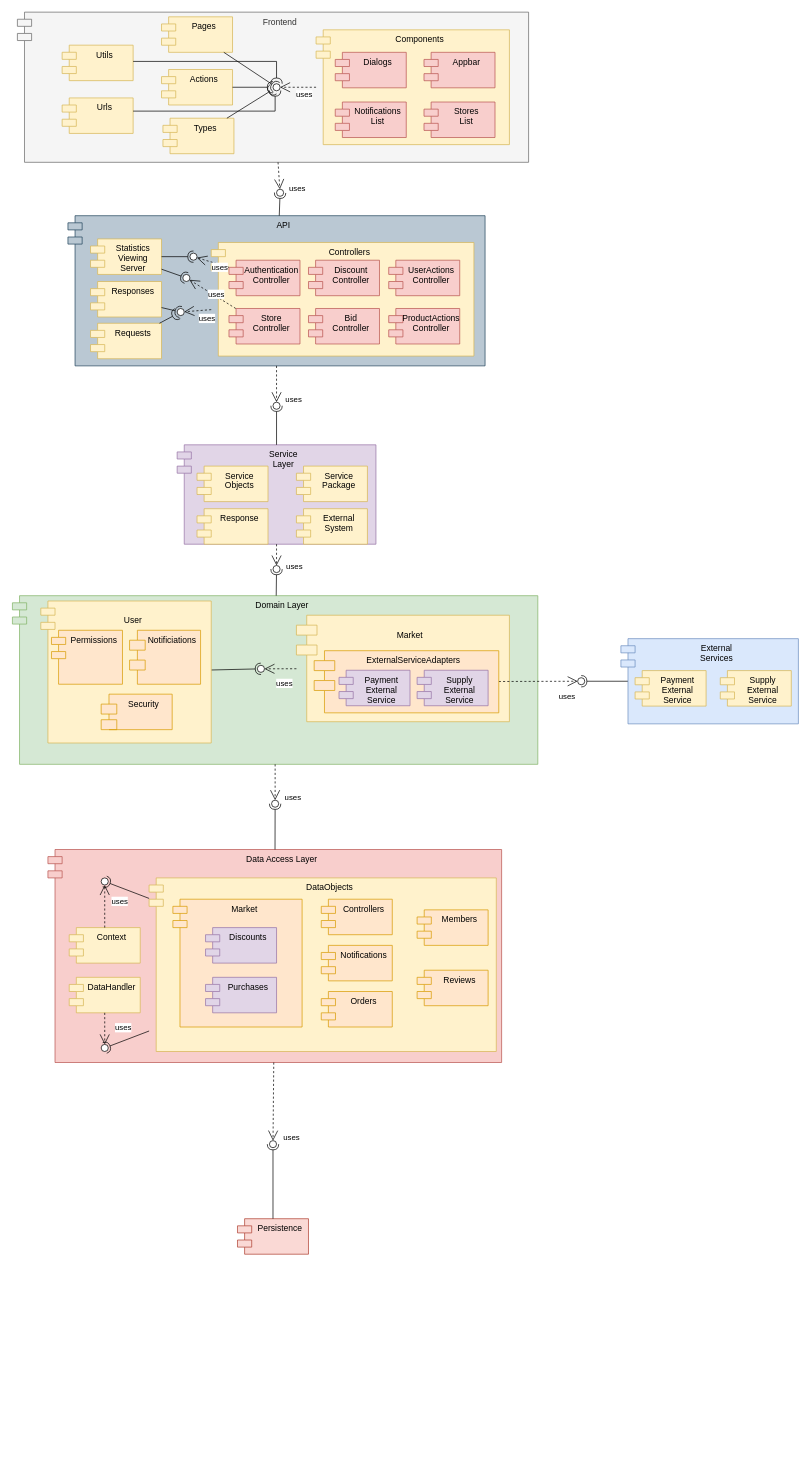
Before: page "Component Diagram" (2 of 3) of Workshop.drawio in itaitzruia4/Workshop, a draw.io diagram. Source tidied: cells renumbered, new cells numbered last; positions are measured from the earlier drawing's top-left corner, leaving out a move shared by most shapes. Both pictures are drawn from the tidied source at 71%, with x=0, y=0 at pixel (12, 12).
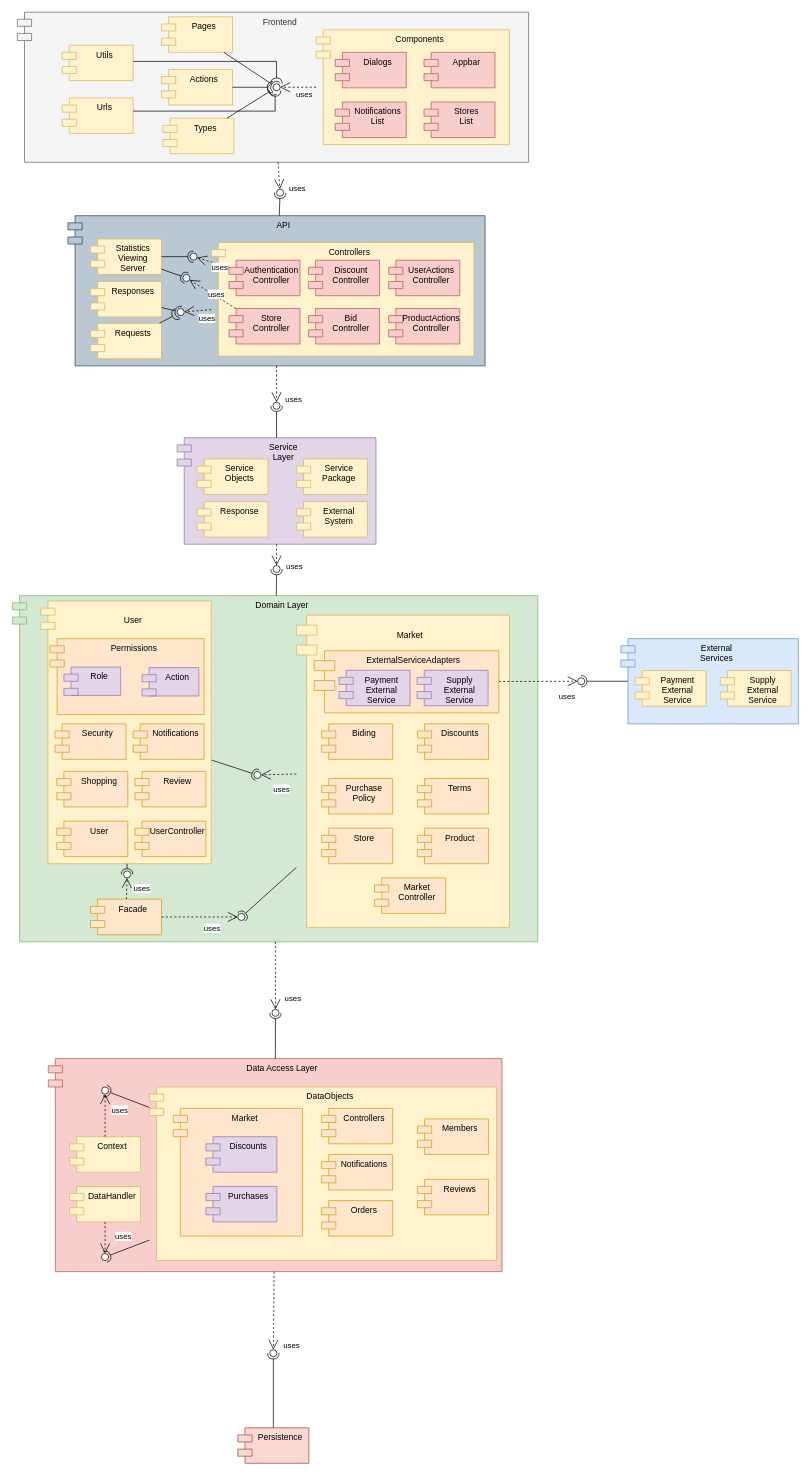
The same diagram, later.

Commit message:
Updated domain component diagram

Diff of the diagram source:
```diff
@@
     <mxCell id="2" value="Domain Layer" style="shape=module;align=left;spacingLeft=20;align=center;verticalAlign=top;fillColor=#d5e8d4;strokeColor=#82b366;" parent="1" vertex="1">
-      <mxGeometry y="821.5" width="740" height="237.5" as="geometry" />
+      <mxGeometry y="821.5" width="740" height="487.5" as="geometry" />
     </mxCell>
     <mxCell id="3" value="Data Access Layer" style="shape=module;align=left;spacingLeft=20;align=center;verticalAlign=top;fillColor=#f8cecc;strokeColor=#b85450;" parent="1" vertex="1">
-      <mxGeometry x="50" y="1179" width="639" height="300" as="geometry" />
+      <mxGeometry x="50.5" y="1473.5" width="639" height="300" as="geometry" />
     </mxCell>
     <mxCell id="4" value="&#10;Market" style="shape=module;align=left;spacingLeft=20;align=center;verticalAlign=top;fillColor=#fff2cc;strokeColor=#d6b656;jettyWidth=29;jettyHeight=14;" parent="1" vertex="1">
-      <mxGeometry x="400" y="849" width="300" height="150" as="geometry" />
+      <mxGeometry x="400" y="849" width="300" height="440" as="geometry" />
     </mxCell>
     <mxCell id="5" value="Service&#10;Layer" style="shape=module;align=left;spacingLeft=20;align=center;verticalAlign=top;fillColor=#e1d5e7;strokeColor=#9673a6;" parent="1" vertex="1">
-      <mxGeometry x="232" y="609" width="280" height="140" as="geometry" />
+      <mxGeometry x="232" y="599" width="280" height="150" as="geometry" />
     </mxCell>
     <mxCell id="6" value="Persistence" style="shape=module;align=left;spacingLeft=20;align=center;verticalAlign=top;fillColor=#fad9d5;strokeColor=#ae4132;" parent="1" vertex="1">
-      <mxGeometry x="317" y="1699" width="100" height="50" as="geometry" />
+      <mxGeometry x="317.5" y="1993.5" width="100" height="50" as="geometry" />
     </mxCell>
@@
     <mxCell id="11" value="Context" style="shape=module;align=left;spacingLeft=20;align=center;verticalAlign=top;fillColor=#fff2cc;strokeColor=#d6b656;" parent="1" vertex="1">
-      <mxGeometry x="80" y="1289" width="100" height="50" as="geometry" />
+      <mxGeometry x="80.5" y="1583.5" width="100" height="50" as="geometry" />
     </mxCell>
@@
     <mxCell id="18" style="ellipse;whiteSpace=wrap;html=1;align=center;points=[];outlineConnect=0;sketch=0;" parent="1" vertex="1">
-      <mxGeometry x="365" y="1109.5" width="10" height="10" as="geometry" />
+      <mxGeometry x="365.5" y="1404" width="10" height="10" as="geometry" />
     </mxCell>
-    <mxCell id="19" style="endArrow=open;endSize=12;dashed=1;html=1;rounded=0;exitX=0.5;exitY=1;exitDx=0;exitDy=0;" parent="1" edge="1" target="18">
-      <mxGeometry x="0.47" y="-72" relative="1" as="geometry">
-        <mxPoint x="370" y="1059" as="sourcePoint" />
-      </mxGeometry>
+    <mxCell id="19" style="endArrow=open;endSize=12;dashed=1;html=1;rounded=0;" parent="1" edge="1" source="2" target="18">
+      <mxGeometry x="0.47" y="-72" relative="1" as="geometry" />
     </mxCell>
@@
     <mxCell id="26" style="ellipse;whiteSpace=wrap;html=1;align=center;points=[];outlineConnect=0;sketch=0;" parent="1" vertex="1">
-      <mxGeometry x="362" y="1589" width="10" height="10" as="geometry" />
+      <mxGeometry x="362.5" y="1883.5" width="10" height="10" as="geometry" />
     </mxCell>
@@
     <mxCell id="29" value="Service&#10;Objects" style="shape=module;align=left;spacingLeft=20;align=center;verticalAlign=top;fillColor=#fff2cc;strokeColor=#d6b656;" parent="1" vertex="1">
-      <mxGeometry x="260" y="639" width="100" height="50" as="geometry" />
+      <mxGeometry x="260" y="629" width="100" height="50" as="geometry" />
     </mxCell>
     <mxCell id="30" value="Service&#10;Package" style="shape=module;align=left;spacingLeft=20;align=center;verticalAlign=top;fillColor=#fff2cc;strokeColor=#d6b656;" parent="1" vertex="1">
-      <mxGeometry x="400" y="639" width="100" height="50" as="geometry" />
+      <mxGeometry x="400" y="629" width="100" height="50" as="geometry" />
     </mxCell>
@@
     <mxCell id="32" style="ellipse;whiteSpace=wrap;html=1;align=center;points=[];outlineConnect=0;sketch=0;" parent="1" vertex="1">
-      <mxGeometry x="345" y="919.5" width="10" height="10" as="geometry" />
+      <mxGeometry x="340" y="1069" width="10" height="10" as="geometry" />
     </mxCell>
@@
     <mxCell id="43" value="&#10;User" style="shape=module;align=left;spacingLeft=20;align=center;verticalAlign=top;fillColor=#fff2cc;strokeColor=#d6b656;" parent="1" vertex="1">
-      <mxGeometry x="40" y="829" width="240" height="200" as="geometry" />
+      <mxGeometry x="40" y="829" width="240" height="370" as="geometry" />
     </mxCell>
-    <mxCell id="44" style="group;" parent="1" vertex="1">
-      <mxGeometry x="55" y="870.2" width="210" height="140" as="geometry" />
-    </mxCell>
-    <mxCell id="45" style="group;" parent="44" vertex="1">
-      <mxGeometry width="210" height="140" as="geometry" />
-    </mxCell>
-    <mxCell id="46" value="Notificiations" style="shape=module;align=left;spacingLeft=20;align=center;verticalAlign=top;fillColor=#ffe6cc;strokeColor=#d79b00;jettyWidth=22;jettyHeight=14;" parent="45" vertex="1">
-      <mxGeometry x="110" width="100" height="76" as="geometry" />
-    </mxCell>
-    <mxCell id="47" value="Permissions" style="shape=module;align=left;spacingLeft=20;align=center;verticalAlign=top;fillColor=#ffe6cc;strokeColor=#d79b00;" parent="45" vertex="1">
-      <mxGeometry width="100" height="76" as="geometry" />
-    </mxCell>
-    <mxCell id="48" value="Security" style="shape=module;align=left;spacingLeft=20;align=center;verticalAlign=top;fillColor=#ffe6cc;strokeColor=#d79b00;jettyWidth=22;jettyHeight=14;" parent="45" vertex="1">
-      <mxGeometry x="70" y="90" width="100" height="50" as="geometry" />
-    </mxCell>
     <mxCell id="49" value="DataHandler" style="shape=module;align=left;spacingLeft=20;align=center;verticalAlign=top;fillColor=#fff2cc;strokeColor=#d6b656;" parent="1" vertex="1">
-      <mxGeometry x="80" y="1359" width="100" height="50" as="geometry" />
+      <mxGeometry x="80.5" y="1653.5" width="100" height="50" as="geometry" />
     </mxCell>
     <mxCell id="50" value="DataObjects" style="shape=module;align=left;spacingLeft=20;align=center;verticalAlign=top;fillColor=#fff2cc;strokeColor=#d6b656;" parent="1" vertex="1">
-      <mxGeometry x="192.5" y="1219" width="489" height="244.5" as="geometry" />
+      <mxGeometry x="193" y="1513.5" width="489" height="244.5" as="geometry" />
     </mxCell>
     <mxCell id="51" value="Controllers" style="shape=module;align=left;spacingLeft=20;align=center;verticalAlign=top;fillColor=#ffe6cc;strokeColor=#d79b00;" parent="1" vertex="1">
-      <mxGeometry x="435" y="1249" width="100" height="50" as="geometry" />
+      <mxGeometry x="435.5" y="1543.5" width="100" height="50" as="geometry" />
     </mxCell>
     <mxCell id="52" value="Market" style="shape=module;align=left;spacingLeft=20;align=center;verticalAlign=top;fillColor=#ffe6cc;strokeColor=#d79b00;" parent="1" vertex="1">
-      <mxGeometry x="226" y="1249" width="182" height="180" as="geometry" />
+      <mxGeometry x="226.5" y="1543.5" width="182" height="180" as="geometry" />
     </mxCell>
     <mxCell id="53" value="Members" style="shape=module;align=left;spacingLeft=20;align=center;verticalAlign=top;fillColor=#ffe6cc;strokeColor=#d79b00;" parent="1" vertex="1">
-      <mxGeometry x="570" y="1264" width="100" height="50" as="geometry" />
+      <mxGeometry x="570.5" y="1558.5" width="100" height="50" as="geometry" />
     </mxCell>
     <mxCell id="54" value="Notifications" style="shape=module;align=left;spacingLeft=20;align=center;verticalAlign=top;fillColor=#ffe6cc;strokeColor=#d79b00;" parent="1" vertex="1">
-      <mxGeometry x="435" y="1314" width="100" height="50" as="geometry" />
+      <mxGeometry x="435.5" y="1608.5" width="100" height="50" as="geometry" />
     </mxCell>
     <mxCell id="55" value="Orders" style="shape=module;align=left;spacingLeft=20;align=center;verticalAlign=top;fillColor=#ffe6cc;strokeColor=#d79b00;" parent="1" vertex="1">
-      <mxGeometry x="435" y="1379" width="100" height="50" as="geometry" />
+      <mxGeometry x="435.5" y="1673.5" width="100" height="50" as="geometry" />
     </mxCell>
     <mxCell id="56" value="Reviews" style="shape=module;align=left;spacingLeft=20;align=center;verticalAlign=top;fillColor=#ffe6cc;strokeColor=#d79b00;" parent="1" vertex="1">
-      <mxGeometry x="570" y="1349" width="100" height="50" as="geometry" />
+      <mxGeometry x="570.5" y="1643.5" width="100" height="50" as="geometry" />
     </mxCell>
     <mxCell id="57" value="Discounts" style="shape=module;align=left;spacingLeft=20;align=center;verticalAlign=top;fillColor=#e1d5e7;strokeColor=#9673a6;" parent="1" vertex="1">
-      <mxGeometry x="272" y="1289" width="100" height="50" as="geometry" />
+      <mxGeometry x="272.5" y="1583.5" width="100" height="50" as="geometry" />
     </mxCell>
     <mxCell id="58" value="Purchases" style="shape=module;align=left;spacingLeft=20;align=center;verticalAlign=top;fillColor=#e1d5e7;strokeColor=#9673a6;" parent="1" vertex="1">
-      <mxGeometry x="272" y="1359" width="100" height="50" as="geometry" />
+      <mxGeometry x="272.5" y="1653.5" width="100" height="50" as="geometry" />
     </mxCell>
@@
     <mxCell id="60" style="ellipse;whiteSpace=wrap;html=1;align=center;points=[];outlineConnect=0;sketch=0;" parent="1" vertex="1">
-      <mxGeometry x="125" y="1219" width="10" height="10" as="geometry" />
+      <mxGeometry x="125.5" y="1513.5" width="10" height="10" as="geometry" />
     </mxCell>
@@
     <mxCell id="64" style="ellipse;whiteSpace=wrap;html=1;align=center;points=[];outlineConnect=0;sketch=0;" parent="1" vertex="1">
-      <mxGeometry x="125" y="1453.5" width="10" height="10" as="geometry" />
+      <mxGeometry x="125.5" y="1748" width="10" height="10" as="geometry" />
     </mxCell>
@@
     <mxCell id="90" value="External&#10;System" style="shape=module;align=left;spacingLeft=20;align=center;verticalAlign=top;fillColor=#fff2cc;strokeColor=#d6b656;" parent="1" vertex="1">
-      <mxGeometry x="400" y="699" width="100" height="50" as="geometry" />
+      <mxGeometry x="400" y="689" width="100" height="50" as="geometry" />
     </mxCell>
     <mxCell id="91" value="Response" style="shape=module;align=left;spacingLeft=20;align=center;verticalAlign=top;fillColor=#fff2cc;strokeColor=#d6b656;" parent="1" vertex="1">
-      <mxGeometry x="260" y="699" width="100" height="50" as="geometry" />
+      <mxGeometry x="260" y="689" width="100" height="50" as="geometry" />
     </mxCell>
@@
+    <mxCell id="115" value="Biding" style="shape=module;align=left;spacingLeft=20;align=center;verticalAlign=top;fillColor=#ffe6cc;strokeColor=#d79b00;" parent="1" vertex="1">
+      <mxGeometry x="435.5" y="1002" width="100" height="50" as="geometry" />
+    </mxCell>
+    <mxCell id="116" value="Discounts" style="shape=module;align=left;spacingLeft=20;align=center;verticalAlign=top;fillColor=#ffe6cc;strokeColor=#d79b00;" parent="1" vertex="1">
+      <mxGeometry x="570.5" y="1002" width="100" height="50" as="geometry" />
+    </mxCell>
+    <mxCell id="117" value="Purchase&#10;Policy" style="shape=module;align=left;spacingLeft=20;align=center;verticalAlign=top;fillColor=#ffe6cc;strokeColor=#d79b00;" parent="1" vertex="1">
+      <mxGeometry x="435.5" y="1079" width="100" height="50" as="geometry" />
+    </mxCell>
+    <mxCell id="118" value="Terms" style="shape=module;align=left;spacingLeft=20;align=center;verticalAlign=top;fillColor=#ffe6cc;strokeColor=#d79b00;" parent="1" vertex="1">
+      <mxGeometry x="570.5" y="1079" width="100" height="50" as="geometry" />
+    </mxCell>
+    <mxCell id="119" value="Store" style="shape=module;align=left;spacingLeft=20;align=center;verticalAlign=top;fillColor=#ffe6cc;strokeColor=#d79b00;" parent="1" vertex="1">
+      <mxGeometry x="435.5" y="1149" width="100" height="50" as="geometry" />
+    </mxCell>
+    <mxCell id="120" value="Product" style="shape=module;align=left;spacingLeft=20;align=center;verticalAlign=top;fillColor=#ffe6cc;strokeColor=#d79b00;" parent="1" vertex="1">
+      <mxGeometry x="570.5" y="1149" width="100" height="50" as="geometry" />
+    </mxCell>
+    <mxCell id="121" value="Market&#10;Controller" style="shape=module;align=left;spacingLeft=20;align=center;verticalAlign=top;fillColor=#ffe6cc;strokeColor=#d79b00;" parent="1" vertex="1">
+      <mxGeometry x="510" y="1219" width="100" height="50" as="geometry" />
+    </mxCell>
+    <mxCell id="48" value="Security" style="shape=module;align=left;spacingLeft=20;align=center;verticalAlign=top;fillColor=#ffe6cc;strokeColor=#d79b00;" parent="1" vertex="1">
+      <mxGeometry x="60" y="1002" width="100" height="50" as="geometry" />
+    </mxCell>
+    <mxCell id="122" value="Notifications" style="shape=module;align=left;spacingLeft=20;align=center;verticalAlign=top;fillColor=#ffe6cc;strokeColor=#d79b00;" parent="1" vertex="1">
+      <mxGeometry x="170" y="1002" width="100" height="50" as="geometry" />
+    </mxCell>
+    <mxCell id="47" value="Permissions" style="shape=module;align=left;spacingLeft=20;align=center;verticalAlign=top;fillColor=#ffe6cc;strokeColor=#d79b00;" parent="1" vertex="1">
+      <mxGeometry x="53" y="882" width="217" height="107" as="geometry" />
+    </mxCell>
+    <mxCell id="123" value="Shopping" style="shape=module;align=left;spacingLeft=20;align=center;verticalAlign=top;fillColor=#ffe6cc;strokeColor=#d79b00;" parent="1" vertex="1">
+      <mxGeometry x="62.5" y="1069" width="100" height="50" as="geometry" />
+    </mxCell>
+    <mxCell id="124" value="Review" style="shape=module;align=left;spacingLeft=20;align=center;verticalAlign=top;fillColor=#ffe6cc;strokeColor=#d79b00;" parent="1" vertex="1">
+      <mxGeometry x="172.5" y="1069" width="100" height="50" as="geometry" />
+    </mxCell>
+    <mxCell id="125" value="User" style="shape=module;align=left;spacingLeft=20;align=center;verticalAlign=top;fillColor=#ffe6cc;strokeColor=#d79b00;" parent="1" vertex="1">
+      <mxGeometry x="62.5" y="1139" width="100" height="50" as="geometry" />
+    </mxCell>
+    <mxCell id="126" value="UserController" style="shape=module;align=left;spacingLeft=20;align=center;verticalAlign=top;fillColor=#ffe6cc;strokeColor=#d79b00;" parent="1" vertex="1">
+      <mxGeometry x="172.5" y="1139" width="100" height="50" as="geometry" />
+    </mxCell>
+    <mxCell id="127" value="Role" style="shape=module;align=left;spacingLeft=20;align=center;verticalAlign=top;fillColor=#e1d5e7;strokeColor=#9673a6;" parent="1" vertex="1">
+      <mxGeometry x="72.5" y="922" width="80" height="40" as="geometry" />
+    </mxCell>
+    <mxCell id="128" value="Action" style="shape=module;align=left;spacingLeft=20;align=center;verticalAlign=top;fillColor=#e1d5e7;strokeColor=#9673a6;" parent="1" vertex="1">
+      <mxGeometry x="182.5" y="922.8" width="80" height="40" as="geometry" />
+    </mxCell>
+    <mxCell id="129" value="Facade" style="shape=module;align=left;spacingLeft=20;align=center;verticalAlign=top;fillColor=#ffe6cc;strokeColor=#d79b00;" parent="1" vertex="1">
+      <mxGeometry x="110" y="1249" width="100" height="50" as="geometry" />
+    </mxCell>
+    <mxCell id="130" style="rounded=0;jettySize=auto;html=1;endArrow=halfCircle;endFill=0;entryX=0.5;entryY=0.5;endSize=6;strokeWidth=1;sketch=0;" parent="1" edge="1" source="43" target="131">
+      <mxGeometry relative="1" as="geometry" />
+    </mxCell>
+    <mxCell id="131" style="ellipse;whiteSpace=wrap;html=1;align=center;points=[];outlineConnect=0;sketch=0;" parent="1" vertex="1">
+      <mxGeometry x="156.5" y="1209" width="10" height="10" as="geometry" />
+    </mxCell>
+    <mxCell id="132" style="endArrow=open;endSize=12;dashed=1;html=1;rounded=0;" parent="1" edge="1" source="129" target="131">
+      <mxGeometry x="0.47" y="-72" relative="1" as="geometry" />
+    </mxCell>
+    <mxCell id="133" value="uses" style="edgeLabel;html=1;align=center;verticalAlign=middle;" parent="132" vertex="1">
+      <mxGeometry x="0.52" y="2" relative="1" as="geometry">
+        <mxPoint x="22" y="8" as="offset" />
+      </mxGeometry>
+    </mxCell>
+    <mxCell id="134" style="rounded=0;jettySize=auto;html=1;endArrow=halfCircle;endFill=0;entryX=0.5;entryY=0.5;endSize=6;strokeWidth=1;sketch=0;" parent="1" edge="1" source="4" target="135">
+      <mxGeometry relative="1" as="geometry" />
+    </mxCell>
+    <mxCell id="135" style="ellipse;whiteSpace=wrap;html=1;align=center;points=[];outlineConnect=0;sketch=0;" parent="1" vertex="1">
+      <mxGeometry x="317.5" y="1269" width="10" height="10" as="geometry" />
+    </mxCell>
+    <mxCell id="136" style="endArrow=open;endSize=12;dashed=1;html=1;rounded=0;" parent="1" edge="1" source="129" target="135">
+      <mxGeometry x="0.47" y="-72" relative="1" as="geometry" />
+    </mxCell>
+    <mxCell id="137" value="uses" style="edgeLabel;html=1;align=center;verticalAlign=middle;" parent="136" vertex="1">
+      <mxGeometry x="0.52" y="2" relative="1" as="geometry">
+        <mxPoint x="-12" y="17" as="offset" />
+      </mxGeometry>
+    </mxCell>
```
